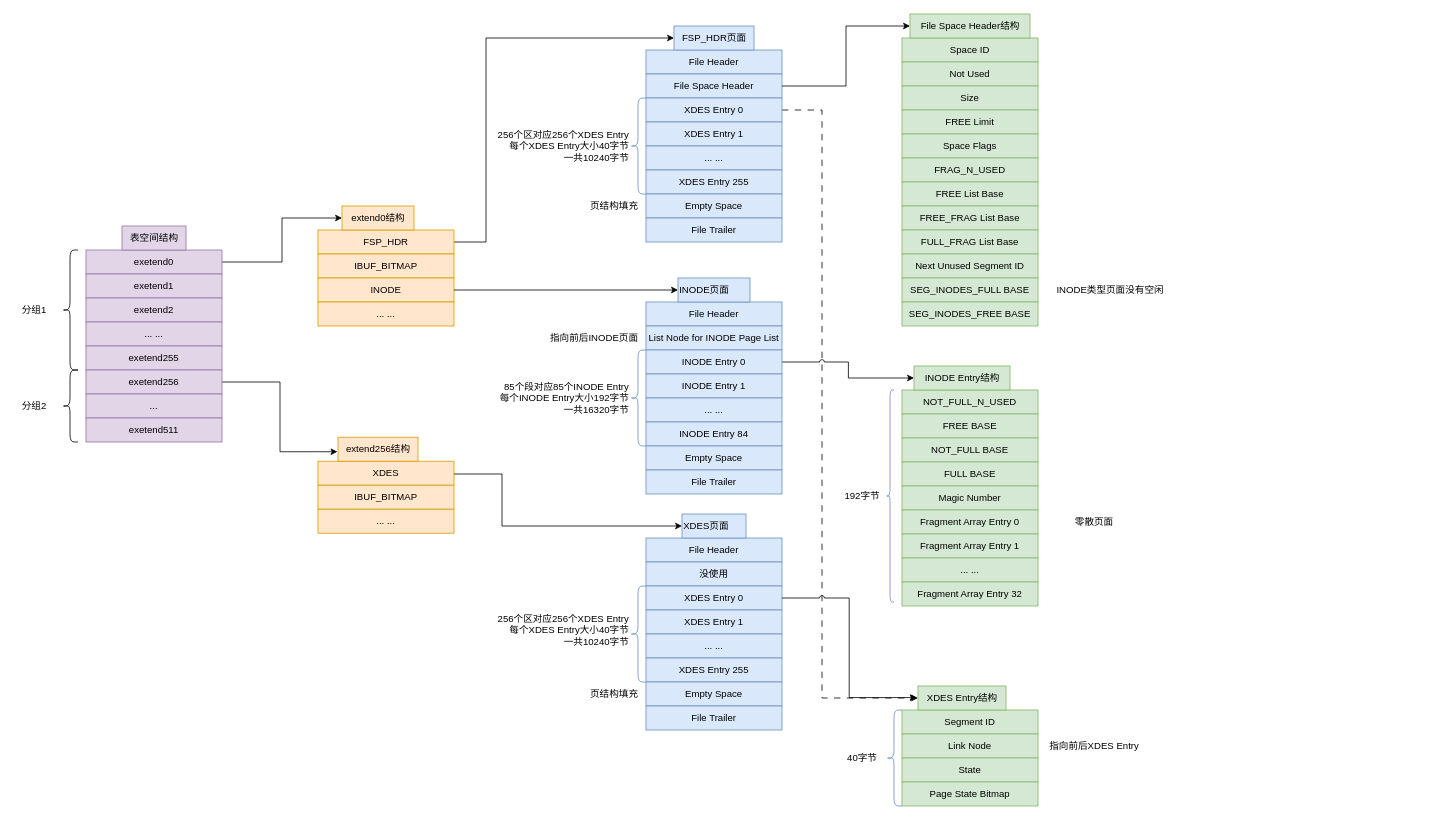
The draw.io diagram database/mysql是怎样运行的/9.drawio in bushishucai/drawio, before the edit. Source tidied: cells renumbered, new cells numbered last; positions are measured from the earlier drawing's top-left corner, leaving out a move shared by most shapes. Both pictures are drawn from the tidied source at 80%, with x=0, y=0 at pixel (14, 14).
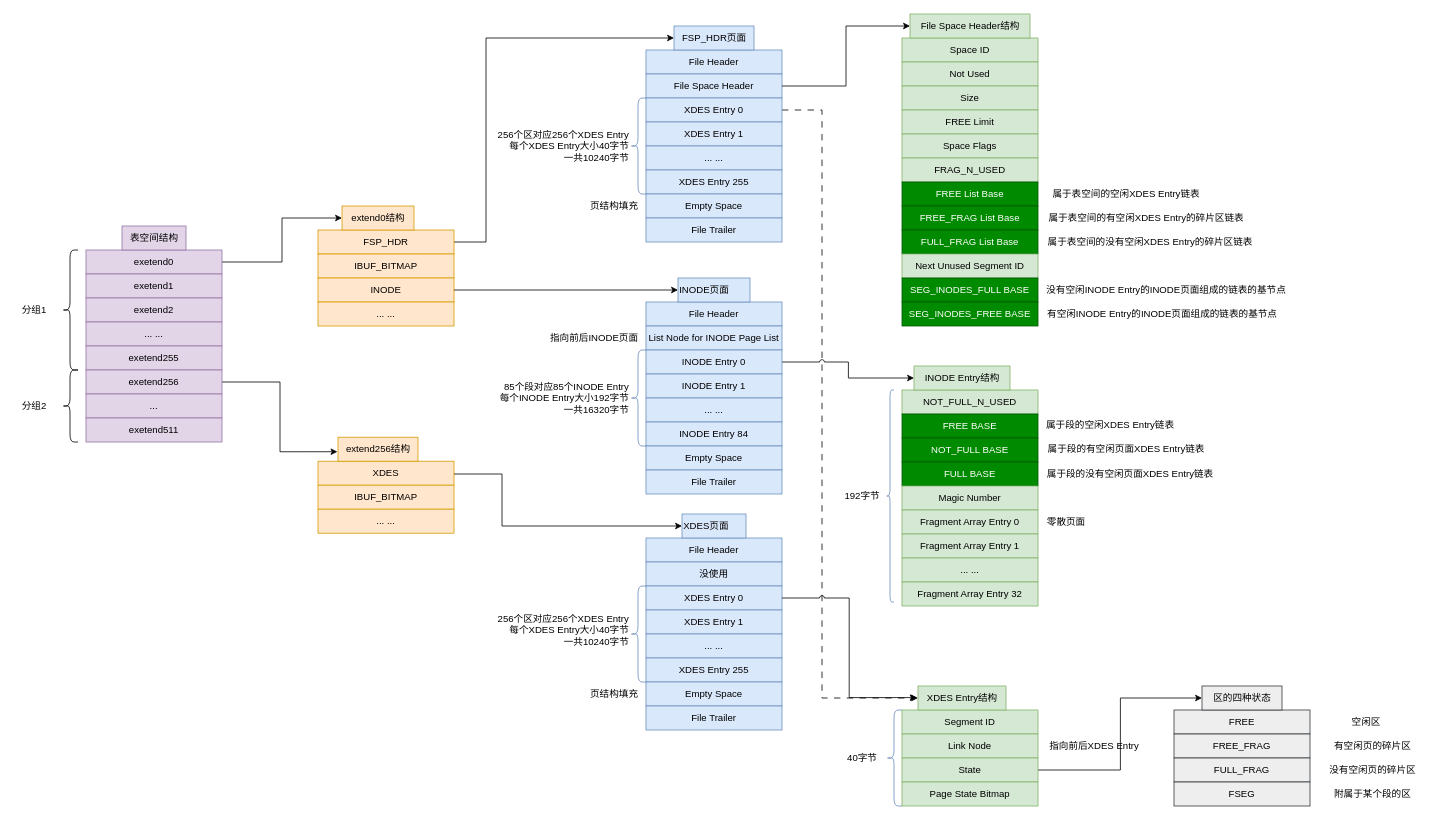
After the change.

Unchanged cells that the change refers to:
```xml
<mxCell id="30" value="State" style="rounded=0;whiteSpace=wrap;html=1;hachureGap=4;fontFamily=Helvetica;labelBackgroundColor=none;fillColor=#d5e8d4;strokeColor=#82b366;" parent="1" vertex="1">
  <mxGeometry x="1110" y="930" width="170" height="30" as="geometry" />
</mxCell>
```

The edit, as a diff of the source:
```diff
@@
+    <mxCell id="104" style="edgeStyle=elbowEdgeStyle;shape=connector;rounded=0;jettySize=auto;html=1;strokeColor=default;align=center;verticalAlign=middle;fontFamily=Helvetica;fontSize=11;fontColor=default;labelBackgroundColor=default;endArrow=classic;" parent="1" edge="1" source="30" target="113">
+      <mxGeometry relative="1" as="geometry" />
+    </mxCell>
@@
-    <mxCell id="35" value="FREE BASE" style="rounded=0;whiteSpace=wrap;html=1;hachureGap=4;fontFamily=Helvetica;labelBackgroundColor=none;fillColor=#d5e8d4;strokeColor=#82b366;" parent="1" vertex="1">
+    <mxCell id="35" value="FREE BASE" style="rounded=0;whiteSpace=wrap;html=1;hachureGap=4;fontFamily=Helvetica;labelBackgroundColor=none;fillColor=#008a00;strokeColor=#005700;fontColor=#ffffff;" parent="1" vertex="1">
       <mxGeometry x="1110" y="500" width="170" height="30" as="geometry" />
     </mxCell>
-    <mxCell id="36" value="NOT_FULL BASE" style="rounded=0;whiteSpace=wrap;html=1;hachureGap=4;fontFamily=Helvetica;labelBackgroundColor=none;fillColor=#d5e8d4;strokeColor=#82b366;" parent="1" vertex="1">
+    <mxCell id="36" value="NOT_FULL BASE" style="rounded=0;whiteSpace=wrap;html=1;hachureGap=4;fontFamily=Helvetica;labelBackgroundColor=none;fillColor=#008a00;strokeColor=#005700;fontColor=#ffffff;" parent="1" vertex="1">
       <mxGeometry x="1110" y="530" width="170" height="30" as="geometry" />
     </mxCell>
@@
-    <mxCell id="38" value="FULL BASE" style="rounded=0;whiteSpace=wrap;html=1;hachureGap=4;fontFamily=Helvetica;labelBackgroundColor=none;fillColor=#d5e8d4;strokeColor=#82b366;" parent="1" vertex="1">
+    <mxCell id="38" value="FULL BASE" style="rounded=0;whiteSpace=wrap;html=1;hachureGap=4;fontFamily=Helvetica;labelBackgroundColor=none;fillColor=#008a00;strokeColor=#005700;fontColor=#ffffff;" parent="1" vertex="1">
       <mxGeometry x="1110" y="560" width="170" height="30" as="geometry" />
     </mxCell>
@@
     <mxCell id="45" value="零散页面" style="text;html=1;align=center;verticalAlign=middle;strokeColor=none;fillColor=none;" parent="1" vertex="1">
-      <mxGeometry x="1315" y="620" width="70" height="30" as="geometry" />
+      <mxGeometry x="1280" y="620" width="70" height="30" as="geometry" />
     </mxCell>
@@
-    <mxCell id="66" value="FREE List Base" style="rounded=0;whiteSpace=wrap;html=1;hachureGap=4;fontFamily=Helvetica;labelBackgroundColor=none;fillColor=#d5e8d4;strokeColor=#82b366;" parent="1" vertex="1">
+    <mxCell id="66" value="FREE List Base" style="rounded=0;whiteSpace=wrap;html=1;hachureGap=4;fontFamily=Helvetica;labelBackgroundColor=none;fillColor=#008a00;strokeColor=#005700;fontColor=#ffffff;" parent="1" vertex="1">
       <mxGeometry x="1110" y="210" width="170" height="30" as="geometry" />
     </mxCell>
-    <mxCell id="67" value="FREE_FRAG List Base" style="rounded=0;whiteSpace=wrap;html=1;hachureGap=4;fontFamily=Helvetica;labelBackgroundColor=none;fillColor=#d5e8d4;strokeColor=#82b366;" parent="1" vertex="1">
+    <mxCell id="67" value="FREE_FRAG List Base" style="rounded=0;whiteSpace=wrap;html=1;hachureGap=4;fontFamily=Helvetica;labelBackgroundColor=none;fillColor=#008a00;strokeColor=#005700;fontColor=#ffffff;" parent="1" vertex="1">
       <mxGeometry x="1110" y="240" width="170" height="30" as="geometry" />
     </mxCell>
@@
-    <mxCell id="69" value="FULL_FRAG List Base" style="rounded=0;whiteSpace=wrap;html=1;hachureGap=4;fontFamily=Helvetica;labelBackgroundColor=none;fillColor=#d5e8d4;strokeColor=#82b366;" parent="1" vertex="1">
+    <mxCell id="69" value="FULL_FRAG List Base" style="rounded=0;whiteSpace=wrap;html=1;hachureGap=4;fontFamily=Helvetica;labelBackgroundColor=none;fillColor=#008a00;strokeColor=#005700;fontColor=#ffffff;" parent="1" vertex="1">
       <mxGeometry x="1110" y="270" width="170" height="30" as="geometry" />
     </mxCell>
@@
-    <mxCell id="71" value="SEG_INODES_FULL BASE" style="rounded=0;whiteSpace=wrap;html=1;hachureGap=4;fontFamily=Helvetica;labelBackgroundColor=none;fillColor=#d5e8d4;strokeColor=#82b366;" parent="1" vertex="1">
+    <mxCell id="71" value="SEG_INODES_FULL BASE" style="rounded=0;whiteSpace=wrap;html=1;hachureGap=4;fontFamily=Helvetica;labelBackgroundColor=none;fillColor=#008a00;strokeColor=#005700;fontColor=#ffffff;" parent="1" vertex="1">
       <mxGeometry x="1110" y="330" width="170" height="30" as="geometry" />
     </mxCell>
-    <mxCell id="72" value="SEG_INODES_FREE BASE" style="rounded=0;whiteSpace=wrap;html=1;hachureGap=4;fontFamily=Helvetica;labelBackgroundColor=none;fillColor=#d5e8d4;strokeColor=#82b366;" parent="1" vertex="1">
+    <mxCell id="72" value="SEG_INODES_FREE BASE" style="rounded=0;whiteSpace=wrap;html=1;hachureGap=4;fontFamily=Helvetica;labelBackgroundColor=none;fillColor=#008a00;strokeColor=#005700;fontColor=#ffffff;" parent="1" vertex="1">
       <mxGeometry x="1110" y="360" width="170" height="30" as="geometry" />
     </mxCell>
@@
-    <mxCell id="103" value="INODE类型页面没有空闲" style="text;html=1;align=center;verticalAlign=middle;strokeColor=none;fillColor=none;" parent="1" vertex="1">
-      <mxGeometry x="1290" y="330" width="160" height="30" as="geometry" />
+    <mxCell id="103" value="没有空闲INODE Entry的INODE页面组成的链表的基节点" style="text;html=1;align=center;verticalAlign=middle;strokeColor=none;fillColor=none;" parent="1" vertex="1">
+      <mxGeometry x="1280" y="330" width="320" height="30" as="geometry" />
     </mxCell>
+    <mxCell id="105" value="有空闲INODE Entry的INODE页面组成的链表的基节点" style="text;html=1;align=center;verticalAlign=middle;strokeColor=none;fillColor=none;" parent="1" vertex="1">
+      <mxGeometry x="1280" y="360" width="310" height="30" as="geometry" />
+    </mxCell>
+    <mxCell id="106" value="属于段的空闲XDES Entry链表" style="text;html=1;align=center;verticalAlign=middle;strokeColor=none;fillColor=none;" parent="1" vertex="1">
+      <mxGeometry x="1280" y="499" width="180" height="30" as="geometry" />
+    </mxCell>
+    <mxCell id="107" value="属于段的有空闲页面XDES Entry链表" style="text;html=1;align=center;verticalAlign=middle;strokeColor=none;fillColor=none;" parent="1" vertex="1">
+      <mxGeometry x="1280" y="529" width="220" height="30" as="geometry" />
+    </mxCell>
+    <mxCell id="108" value="属于段的没有空闲页面XDES Entry链表" style="text;html=1;align=center;verticalAlign=middle;strokeColor=none;fillColor=none;" parent="1" vertex="1">
+      <mxGeometry x="1280" y="560" width="230" height="30" as="geometry" />
+    </mxCell>
+    <mxCell id="109" value="FREE" style="rounded=0;whiteSpace=wrap;html=1;hachureGap=4;fontFamily=Helvetica;labelBackgroundColor=none;fillColor=#eeeeee;strokeColor=#36393d;" parent="1" vertex="1">
+      <mxGeometry x="1450" y="870" width="170" height="30" as="geometry" />
+    </mxCell>
+    <mxCell id="110" value="FREE_FRAG" style="rounded=0;whiteSpace=wrap;html=1;hachureGap=4;fontFamily=Helvetica;labelBackgroundColor=none;fillColor=#eeeeee;strokeColor=#36393d;" parent="1" vertex="1">
+      <mxGeometry x="1450" y="900" width="170" height="30" as="geometry" />
+    </mxCell>
+    <mxCell id="111" value="FULL_FRAG" style="rounded=0;whiteSpace=wrap;html=1;hachureGap=4;fontFamily=Helvetica;labelBackgroundColor=none;fillColor=#eeeeee;strokeColor=#36393d;" parent="1" vertex="1">
+      <mxGeometry x="1450" y="930" width="170" height="30" as="geometry" />
+    </mxCell>
+    <mxCell id="112" value="FSEG" style="rounded=0;whiteSpace=wrap;html=1;hachureGap=4;fontFamily=Helvetica;labelBackgroundColor=none;fillColor=#eeeeee;strokeColor=#36393d;" parent="1" vertex="1">
+      <mxGeometry x="1450" y="960" width="170" height="30" as="geometry" />
+    </mxCell>
+    <mxCell id="113" value="区的四种状态" style="text;html=1;align=center;verticalAlign=middle;points=[];strokeColor=#36393d;fillColor=#eeeeee;" parent="1" vertex="1">
+      <mxGeometry x="1485" y="840" width="100" height="30" as="geometry" />
+    </mxCell>
+    <mxCell id="114" value="空闲区" style="text;html=1;align=center;verticalAlign=middle;strokeColor=none;fillColor=none;" parent="1" vertex="1">
+      <mxGeometry x="1660" y="870" width="60" height="30" as="geometry" />
+    </mxCell>
+    <mxCell id="115" value="有空闲页的碎片区" style="text;html=1;align=center;verticalAlign=middle;strokeColor=none;fillColor=none;" parent="1" vertex="1">
+      <mxGeometry x="1638" y="900" width="120" height="30" as="geometry" />
+    </mxCell>
+    <mxCell id="116" value="没有空闲页的碎片区" style="text;html=1;align=center;verticalAlign=middle;strokeColor=none;fillColor=none;" parent="1" vertex="1">
+      <mxGeometry x="1633" y="930" width="130" height="30" as="geometry" />
+    </mxCell>
+    <mxCell id="117" value="附属于某个段的区" style="text;html=1;align=center;verticalAlign=middle;strokeColor=none;fillColor=none;" parent="1" vertex="1">
+      <mxGeometry x="1638" y="960" width="120" height="30" as="geometry" />
+    </mxCell>
+    <mxCell id="118" value="属于表空间的有空闲XDES Entry的碎片区链表" style="text;html=1;align=center;verticalAlign=middle;strokeColor=none;fillColor=none;" parent="1" vertex="1">
+      <mxGeometry x="1280" y="240" width="270" height="30" as="geometry" />
+    </mxCell>
+    <mxCell id="119" value="属于表空间的没有空闲XDES Entry的碎片区链表" style="text;html=1;align=center;verticalAlign=middle;strokeColor=none;fillColor=none;" parent="1" vertex="1">
+      <mxGeometry x="1280" y="270" width="280" height="30" as="geometry" />
+    </mxCell>
+    <mxCell id="120" value="属于表空间的空闲XDES Entry链表" style="text;html=1;align=center;verticalAlign=middle;strokeColor=none;fillColor=none;" parent="1" vertex="1">
+      <mxGeometry x="1285" y="210" width="210" height="30" as="geometry" />
+    </mxCell>
```
